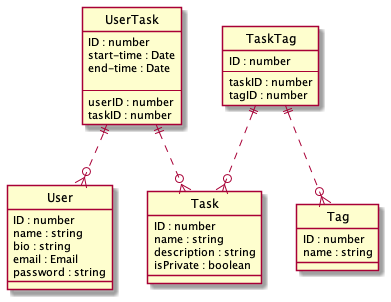
Earlier version of the PlantUML export docs/er.png (2ndr9/RaTtAco).
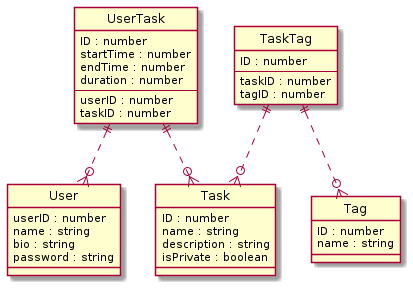
After the change.

Diff of the diagram source:
```diff
@@ -4,10 +4,9 @@
 
 
 entity "User" {
-    ID : number
+    userID : number
     name : string
     bio : string
-    email : Email
     password : string
 }
 
@@ -20,9 +19,9 @@
 
 entity "UserTask" {
     ID : number
-    start-time : Date
-    end-time : Date
-
+    startTime : number
+    endTime : number
+    duration : number
     --
     userID : number
     taskID : number
```
